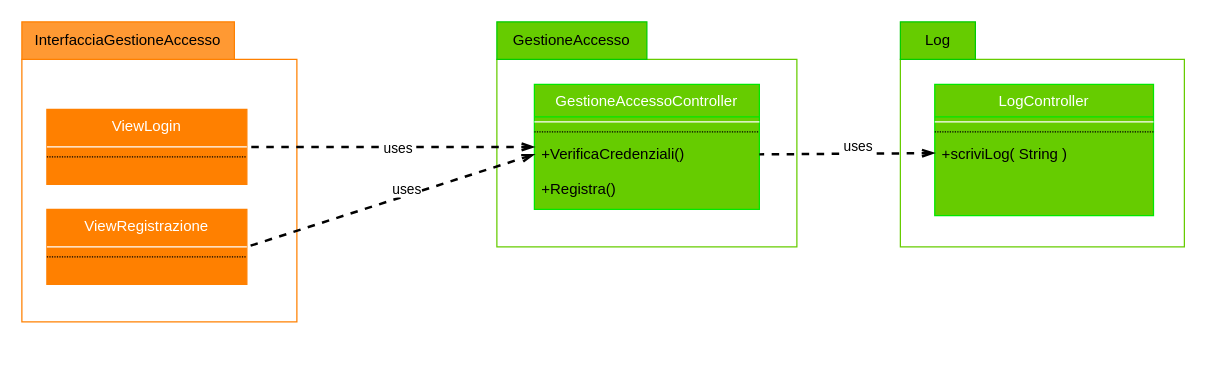
lnwor/farmabyte-doc keeps this draw.io diagram as page "Gestione Accesso" (4 of 4) of drawio/Architettura Logica/Diagrammi.drawio. Above is the earlier version. Source tidied: cells renumbered, new cells numbered last; positions are measured from the earlier drawing's top-left corner, leaving out a move shared by most shapes. Both pictures are drawn from the tidied source at 125%, with x=0, y=0 at pixel (21, 21).
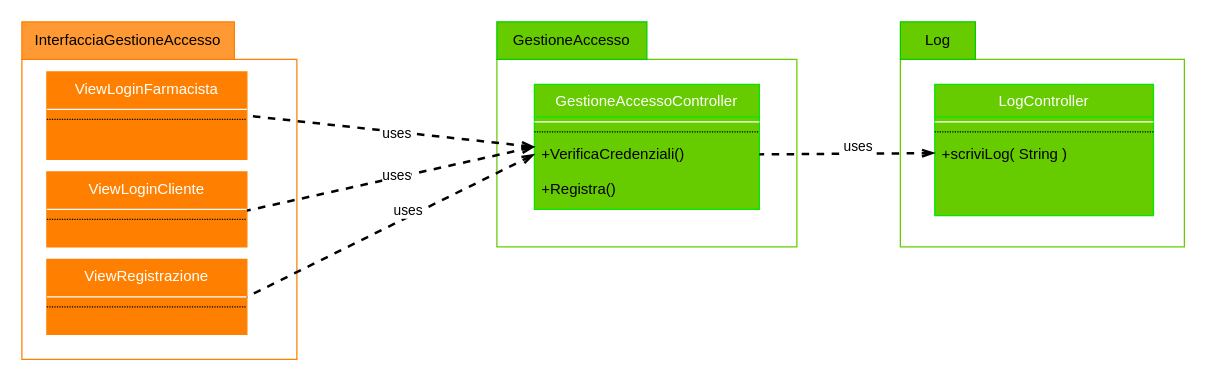
The same page after the edit.

Commit message (it also covers changes not shown here):
fix architettura logica

What changed in the source:
```diff
@@
     <mxCell id="4" style="rounded=0;whiteSpace=wrap;html=1;strokeColor=#FF8000;" parent="1" vertex="1">
-      <mxGeometry y="30" width="220" height="210" as="geometry" />
+      <mxGeometry y="30" width="220" height="240" as="geometry" />
     </mxCell>
@@
-    <mxCell id="6" value="ViewLogin" style="swimlane;fontStyle=0;align=center;verticalAlign=top;horizontal=1;startSize=26;rounded=0;shadow=0;strokeWidth=1;fontColor=#ffffff;swimlaneFillColor=#FF8000;strokeColor=#FF8000;fillColor=#FF8000;" parent="1" vertex="1">
-      <mxGeometry x="20" y="70" width="160" height="60" as="geometry" />
+    <mxCell id="6" value="ViewLoginFarmacista" style="swimlane;fontStyle=0;align=center;verticalAlign=top;horizontal=1;startSize=26;rounded=0;shadow=0;strokeWidth=1;fontColor=#ffffff;swimlaneFillColor=#FF8000;strokeColor=#FF8000;fillColor=#FF8000;" parent="1" vertex="1">
+      <mxGeometry x="20" y="40" width="160" height="70" as="geometry" />
     </mxCell>
@@
     <mxCell id="16" value="ViewRegistrazione" style="swimlane;fontStyle=0;align=center;verticalAlign=top;horizontal=1;startSize=26;rounded=0;shadow=0;strokeWidth=1;fontColor=#ffffff;swimlaneFillColor=#FF8000;strokeColor=#FF8000;fillColor=#FF8000;" parent="1" vertex="1">
-      <mxGeometry x="20" y="150" width="160" height="60" as="geometry" />
+      <mxGeometry x="20" y="190" width="160" height="60" as="geometry" />
     </mxCell>
@@
+    <mxCell id="29" value="ViewLoginCliente" style="swimlane;fontStyle=0;align=center;verticalAlign=top;horizontal=1;startSize=26;rounded=0;shadow=0;strokeWidth=1;fontColor=#ffffff;swimlaneFillColor=#FF8000;strokeColor=#FF8000;fillColor=#FF8000;" parent="1" vertex="1">
+      <mxGeometry x="20" y="120" width="160" height="60" as="geometry" />
+    </mxCell>
+    <mxCell id="30" style="line;html=1;strokeWidth=1;align=left;verticalAlign=middle;spacingTop=-1;spacingLeft=3;spacingRight=3;labelPosition=right;strokeColor=#FFFFFF;" parent="29" vertex="1">
+      <mxGeometry y="26" width="160" height="8" as="geometry" />
+    </mxCell>
+    <mxCell id="31" style="line;html=1;strokeWidth=1;align=left;verticalAlign=middle;spacingTop=-1;spacingLeft=3;spacingRight=3;labelPosition=right;dashed=1;dashPattern=1 1;" parent="29" vertex="1">
+      <mxGeometry y="34" width="160" height="8" as="geometry" />
+    </mxCell>
+    <mxCell id="32" style="endArrow=none;dashed=1;html=1;strokeWidth=2;startArrow=openThin;startFill=0;" parent="1" edge="1">
+      <mxGeometry relative="1" as="geometry">
+        <mxPoint x="410" y="100" as="sourcePoint" />
+        <mxPoint x="180" y="151" as="targetPoint" />
+      </mxGeometry>
+    </mxCell>
+    <mxCell id="33" value="uses" style="edgeLabel;html=1;align=center;verticalAlign=middle;" parent="32" vertex="1">
+      <mxGeometry x="-0.11" y="1" relative="1" as="geometry">
+        <mxPoint x="-8" y="-1" as="offset" />
+      </mxGeometry>
+    </mxCell>
```
